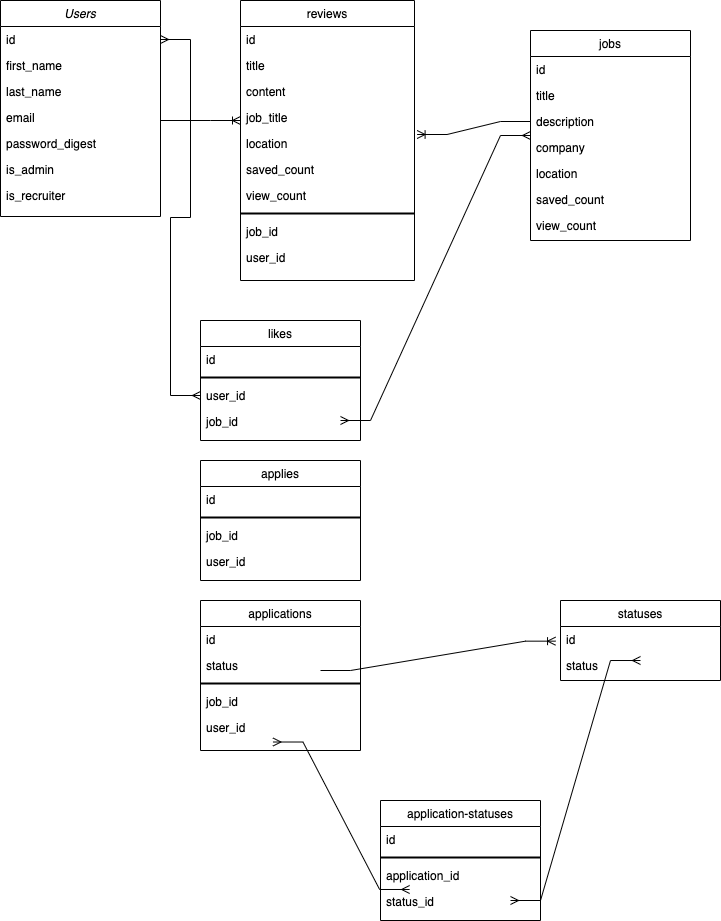
The draw.io diagram Job_finder ERD.drawio.png in banban-22/job_finder, before a commit. Source tidied: cells renumbered, new cells last; positions are measured from the earlier drawing's top-left corner, leaving out a move shared by most shapes.
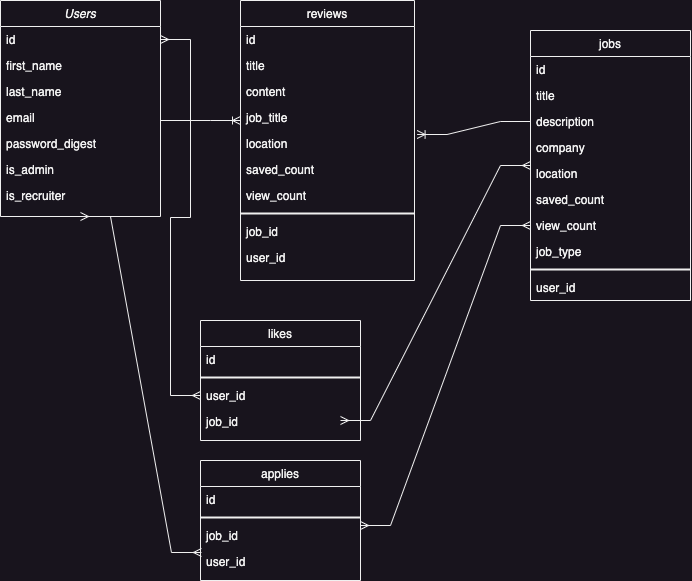
The same diagram one commit later.

Diff of the diagram source:
```diff
@@ -27,7 +27,7 @@
       <mxGeometry y="182" width="160" height="26" as="geometry" />
     </mxCell>
     <mxCell id="10" value="jobs" style="swimlane;fontStyle=0;align=center;verticalAlign=top;horizontal=1;startSize=26;rounded=0;shadow=0;strokeWidth=1;" parent="1" vertex="1">
-      <mxGeometry x="530" y="30" width="160" height="210" as="geometry" />
+      <mxGeometry x="530" y="30" width="160" height="270" as="geometry" />
     </mxCell>
     <mxCell id="11" value="id" style="text;align=left;verticalAlign=top;spacingLeft=4;spacingRight=4;overflow=hidden;" parent="10" vertex="1">
       <mxGeometry y="26" width="160" height="26" as="geometry" />
@@ -47,9 +47,18 @@
     <mxCell id="16" value="saved_count" style="text;align=left;verticalAlign=top;spacingLeft=4;spacingRight=4;overflow=hidden;rounded=0;shadow=0;html=0;" parent="10" vertex="1">
       <mxGeometry y="156" width="160" height="26" as="geometry" />
     </mxCell>
+    <mxCell id="60" value="view_count" style="text;align=left;verticalAlign=top;spacingLeft=4;spacingRight=4;overflow=hidden;points=[[0,0.5],[1,0.5]];portConstraint=eastwest;rounded=0;shadow=0;html=0;" parent="10" vertex="1">
+      <mxGeometry y="182" width="160" height="26" as="geometry" />
+    </mxCell>
-    <mxCell id="17" value="view_count" style="text;align=left;verticalAlign=top;spacingLeft=4;spacingRight=4;overflow=hidden;rounded=0;shadow=0;html=0;" parent="10" vertex="1">
-      <mxGeometry y="182" width="160" height="26" as="geometry" />
+    <mxCell id="17" value="job_type" style="text;align=left;verticalAlign=top;spacingLeft=4;spacingRight=4;overflow=hidden;rounded=0;shadow=0;html=0;" parent="10" vertex="1">
+      <mxGeometry y="208" width="160" height="26" as="geometry" />
     </mxCell>
+    <mxCell id="61" style="line;strokeWidth=2;html=1;" parent="10" vertex="1">
+      <mxGeometry y="234" width="160" height="10" as="geometry" />
+    </mxCell>
+    <mxCell id="46" value="user_id" style="text;align=left;verticalAlign=top;spacingLeft=4;spacingRight=4;overflow=hidden;points=[[0,0.5],[1,0.5]];portConstraint=eastwest;rounded=0;shadow=0;html=0;" parent="10" vertex="1">
+      <mxGeometry y="244" width="160" height="26" as="geometry" />
+    </mxCell>
     <mxCell id="18" value="likes" style="swimlane;fontStyle=0;align=center;verticalAlign=top;horizontal=1;startSize=26;rounded=0;shadow=0;strokeWidth=1;" parent="1" vertex="1">
       <mxGeometry x="200" y="320" width="160" height="120" as="geometry" />
     </mxCell>
@@ -118,58 +127,6 @@
     <mxCell id="39" value="user_id" style="text;align=left;verticalAlign=top;spacingLeft=4;spacingRight=4;overflow=hidden;points=[[0,0.5],[1,0.5]];portConstraint=eastwest;rounded=0;shadow=0;html=0;" parent="35" vertex="1">
       <mxGeometry y="88" width="160" height="26" as="geometry" />
     </mxCell>
-    <mxCell id="40" style="edgeStyle=entityRelationEdgeStyle;fontSize=12;html=1;endArrow=ERoneToMany;rounded=0;entryX=-0.031;entryY=0.564;entryDx=0;entryDy=0;entryPerimeter=0;" parent="35" edge="1" target="48">
-      <mxGeometry relative="1" as="geometry">
-        <mxPoint x="120" y="210" as="sourcePoint" />
-      </mxGeometry>
-    </mxCell>
-    <mxCell id="41" value="applications" style="swimlane;fontStyle=0;align=center;verticalAlign=top;horizontal=1;startSize=26;rounded=0;shadow=0;strokeWidth=1;" parent="1" vertex="1">
-      <mxGeometry x="200" y="600" width="160" height="150" as="geometry" />
-    </mxCell>
-    <mxCell id="42" value="id" style="text;align=left;verticalAlign=top;spacingLeft=4;spacingRight=4;overflow=hidden;" parent="41" vertex="1">
-      <mxGeometry y="26" width="160" height="26" as="geometry" />
-    </mxCell>
-    <mxCell id="43" value="status" style="text;align=left;verticalAlign=top;spacingLeft=4;spacingRight=4;overflow=hidden;rounded=0;shadow=0;html=0;" parent="41" vertex="1">
-      <mxGeometry y="52" width="160" height="26" as="geometry" />
-    </mxCell>
-    <mxCell id="44" style="line;strokeWidth=2;html=1;" parent="41" vertex="1">
-      <mxGeometry y="78" width="160" height="10" as="geometry" />
-    </mxCell>
-    <mxCell id="45" value="job_id" style="text;align=left;verticalAlign=top;spacingLeft=4;spacingRight=4;overflow=hidden;rounded=0;shadow=0;html=0;" parent="41" vertex="1">
-      <mxGeometry y="88" width="160" height="26" as="geometry" />
-    </mxCell>
-    <mxCell id="46" value="user_id" style="text;align=left;verticalAlign=top;spacingLeft=4;spacingRight=4;overflow=hidden;points=[[0,0.5],[1,0.5]];portConstraint=eastwest;rounded=0;shadow=0;html=0;" parent="41" vertex="1">
-      <mxGeometry y="114" width="160" height="26" as="geometry" />
-    </mxCell>
-    <mxCell id="47" value="statuses" style="swimlane;fontStyle=0;align=center;verticalAlign=top;horizontal=1;startSize=26;rounded=0;shadow=0;strokeWidth=1;" parent="1" vertex="1">
-      <mxGeometry x="560" y="600" width="160" height="80" as="geometry" />
-    </mxCell>
-    <mxCell id="48" value="id" style="text;align=left;verticalAlign=top;spacingLeft=4;spacingRight=4;overflow=hidden;points=[[0,0.5],[1,0.5]];portConstraint=eastwest;" parent="47" vertex="1">
-      <mxGeometry y="26" width="160" height="26" as="geometry" />
-    </mxCell>
-    <mxCell id="49" value="status" style="text;align=left;verticalAlign=top;spacingLeft=4;spacingRight=4;overflow=hidden;points=[[0,0.5],[1,0.5]];portConstraint=eastwest;rounded=0;shadow=0;html=0;" parent="47" vertex="1">
-      <mxGeometry y="52" width="160" height="26" as="geometry" />
-    </mxCell>
-    <mxCell id="50" value="application-statuses" style="swimlane;fontStyle=0;align=center;verticalAlign=top;horizontal=1;startSize=26;rounded=0;shadow=0;strokeWidth=1;" parent="1" vertex="1">
-      <mxGeometry x="380" y="800" width="160" height="120" as="geometry" />
-    </mxCell>
-    <mxCell id="51" style="edgeStyle=entityRelationEdgeStyle;fontSize=12;html=1;endArrow=ERmany;startArrow=ERmany;rounded=0;entryX=0.5;entryY=0.308;entryDx=0;entryDy=0;entryPerimeter=0;" parent="50" edge="1" target="49">
-      <mxGeometry relative="1" as="geometry">
-        <mxPoint x="130" y="100" as="sourcePoint" />
-      </mxGeometry>
-    </mxCell>
-    <mxCell id="52" value="id" style="text;align=left;verticalAlign=top;spacingLeft=4;spacingRight=4;overflow=hidden;" parent="50" vertex="1">
-      <mxGeometry y="26" width="160" height="26" as="geometry" />
-    </mxCell>
-    <mxCell id="53" style="line;strokeWidth=2;html=1;" parent="50" vertex="1">
-      <mxGeometry y="52" width="160" height="10" as="geometry" />
-    </mxCell>
-    <mxCell id="54" value="application_id" style="text;align=left;verticalAlign=top;spacingLeft=4;spacingRight=4;overflow=hidden;rounded=0;shadow=0;html=0;" parent="50" vertex="1">
-      <mxGeometry y="62" width="160" height="26" as="geometry" />
-    </mxCell>
-    <mxCell id="55" value="status_id" style="text;align=left;verticalAlign=top;spacingLeft=4;spacingRight=4;overflow=hidden;points=[[0,0.5],[1,0.5]];portConstraint=eastwest;rounded=0;shadow=0;html=0;" parent="50" vertex="1">
-      <mxGeometry y="88" width="160" height="26" as="geometry" />
-    </mxCell>
     <mxCell id="56" style="edgeStyle=entityRelationEdgeStyle;fontSize=12;html=1;endArrow=ERoneToMany;rounded=0;" parent="1" edge="1">
       <mxGeometry relative="1" as="geometry">
         <mxPoint x="160" y="120" as="sourcePoint" />
@@ -182,8 +139,13 @@
     <mxCell id="58" style="edgeStyle=entityRelationEdgeStyle;fontSize=12;html=1;endArrow=ERmany;startArrow=ERmany;rounded=0;exitX=0;exitY=0.5;exitDx=0;exitDy=0;" parent="1" edge="1" source="22" target="3">
       <mxGeometry relative="1" as="geometry" />
     </mxCell>
-    <mxCell id="59" style="edgeStyle=entityRelationEdgeStyle;fontSize=12;html=1;endArrow=ERmany;startArrow=ERmany;rounded=0;exitX=0.182;exitY=0.038;exitDx=0;exitDy=0;exitPerimeter=0;entryX=0.453;entryY=1.058;entryDx=0;entryDy=0;entryPerimeter=0;" parent="1" edge="1" source="55" target="46">
-      <mxGeometry relative="1" as="geometry" />
-    </mxCell>
+    <mxCell id="62" style="edgeStyle=entityRelationEdgeStyle;fontSize=12;html=1;endArrow=ERmany;startArrow=ERmany;rounded=0;exitX=0.006;exitY=0.154;exitDx=0;exitDy=0;exitPerimeter=0;entryX=0.5;entryY=1;entryDx=0;entryDy=0;" parent="1" edge="1" source="39" target="2">
+      <mxGeometry relative="1" as="geometry" />
+    </mxCell>
+    <mxCell id="63" style="edgeStyle=entityRelationEdgeStyle;fontSize=12;html=1;endArrow=ERmany;startArrow=ERmany;rounded=0;entryX=0;entryY=0.5;entryDx=0;entryDy=0;" parent="1" edge="1" target="60">
+      <mxGeometry relative="1" as="geometry">
+        <mxPoint x="360" y="525" as="sourcePoint" />
+      </mxGeometry>
+    </mxCell>
   </root>
 </mxGraphModel>
```
